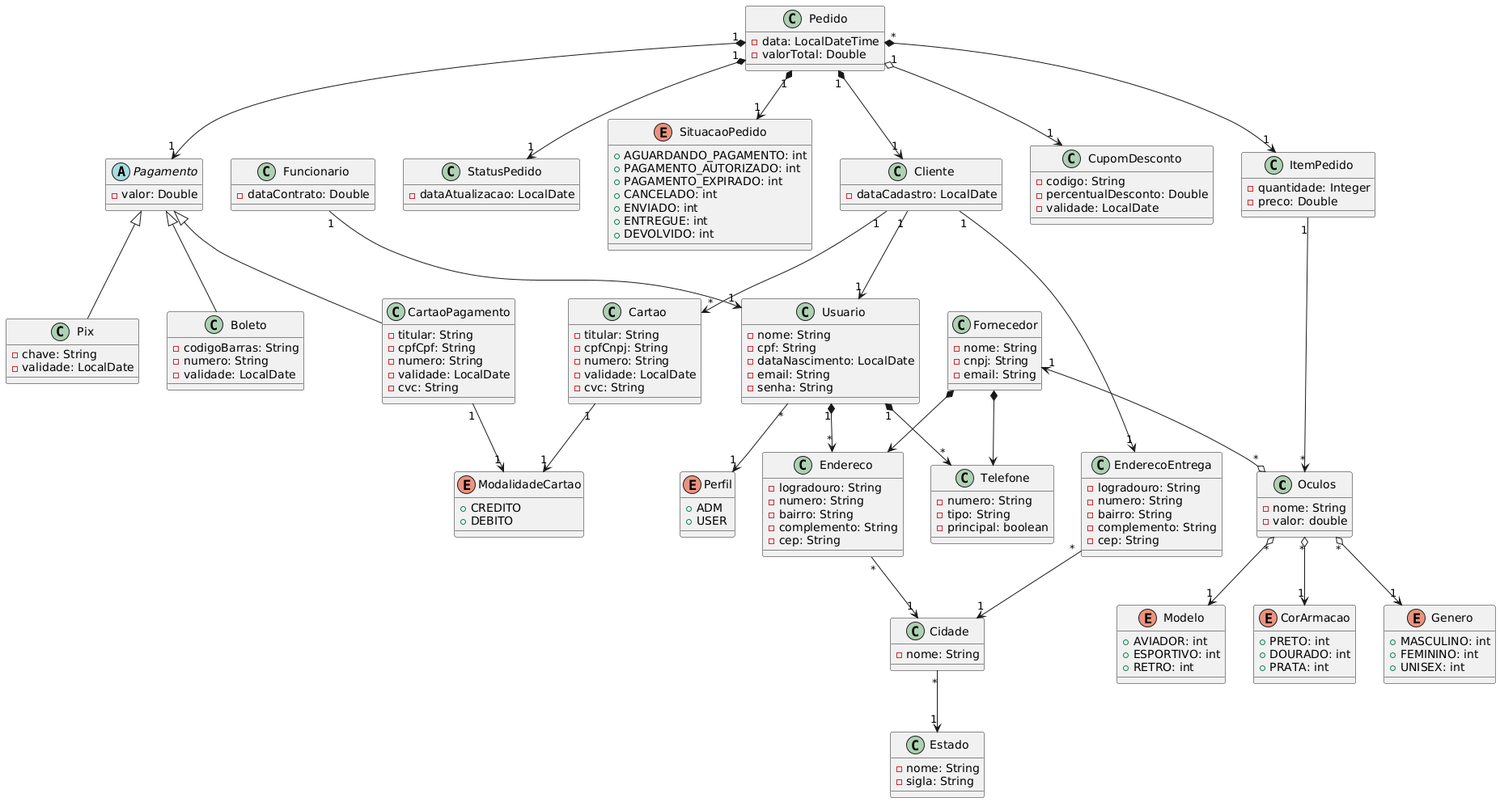
Above: docs/modelagem.png in JoasFyllipe/oculos-de-sol-tp1 (PlantUML), before the change. The source it was exported from:
```plantuml
@startuml

class Oculos {
    - nome: String
    - valor: double
}

enum CorArmacao {
    + PRETO: int
    + DOURADO: int
    + PRATA: int
}

enum Genero {
    + MASCULINO: int
    + FEMININO: int
    + UNISEX: int
}

enum Modelo {
    + AVIADOR: int
    + ESPORTIVO: int
    + RETRO: int
}

class CupomDesconto {
    - codigo: String
    - percentualDesconto: Double
    - validade: LocalDate
}

class Funcionario {
    - dataContrato: Double
}

class Cliente {
    - dataCadastro: LocalDate
}

class ItemPedido {
    - quantidade: Integer
    - preco: Double
}

class StatusPedido {
    - dataAtualizacao: LocalDate
}

class Pedido {
    - data: LocalDateTime
    - valorTotal: Double
}

abstract class Pagamento {
    - valor: Double
}

class Pix {
    - chave: String
    - validade: LocalDate
}

class Boleto {
    - codigoBarras: String
    - numero: String
    - validade: LocalDate
}

class CartaoPagamento {
    - titular: String
    - cpfCpf: String
    - numero: String
    - validade: LocalDate
    - cvc: String
}

class EnderecoEntrega {
    - logradouro: String
    - numero: String
    - bairro: String
    - complemento: String
    - cep: String
}

class Endereco {
    - logradouro: String
    - numero: String
    - bairro: String
    - complemento: String
    - cep: String
}

class Cidade {
    - nome: String
}

class Estado {
    - nome: String
    - sigla: String
}

class Usuario {
    - nome: String
    - cpf: String
    - dataNascimento: LocalDate
    - email: String
    - senha: String
}

class Telefone {
    - numero: String
    - tipo: String
    - principal: boolean
}

class Fornecedor {
    - nome: String
    - cnpj: String
    - email: String
}

class Cartao {
    - titular: String
    - cpfCnpj: String
    - numero: String
    - validade: LocalDate
    - cvc: String
}


enum SituacaoPedido {
    + AGUARDANDO_PAGAMENTO: int
    + PAGAMENTO_AUTORIZADO: int
    + PAGAMENTO_EXPIRADO: int
    + CANCELADO: int
    + ENVIADO: int
    + ENTREGUE: int
    + DEVOLVIDO: int
}

enum ModalidadeCartao {
    + CREDITO
    + DEBITO
}

enum Perfil {
    + ADM
    + USER
}


Oculos "*" o--> "1" Genero
Oculos "*" o--> "1" CorArmacao
Oculos "*" o--> "1" Modelo

Pedido "1" o--> "1" CupomDesconto
Pedido "1" *--> "1" Cliente
Pedido "*" *--> "1" ItemPedido
Pedido "1" *--> "1" StatusPedido
Pedido "1" *--> "1" Pagamento
Pedido "1" *--> "1" SituacaoPedido

Pagamento <|-- Pix
Pagamento <|-- Boleto
Pagamento <|-- CartaoPagamento

Cliente "1" --> "1" EnderecoEntrega
Cliente "1" --> "1" Usuario
Cliente "1" --> "*" Cartao

Funcionario "1" --> "1" Usuario

Usuario "1" *--> "*" Telefone
Usuario "1" *--> "*" Endereco
Usuario "*" --> "1" Perfil

EnderecoEntrega "*" --> "1" Cidade
Endereco "*" --> "1" Cidade
Cidade "*" --> "1" Estado

ItemPedido "1" --> "*" Oculos

Fornecedor "1" <--o "*" Oculos
Fornecedor *--> Endereco
Fornecedor *--> Telefone

Cartao "1" --> "1" ModalidadeCartao

CartaoPagamento "1" --> "1" ModalidadeCartao
@enduml
```
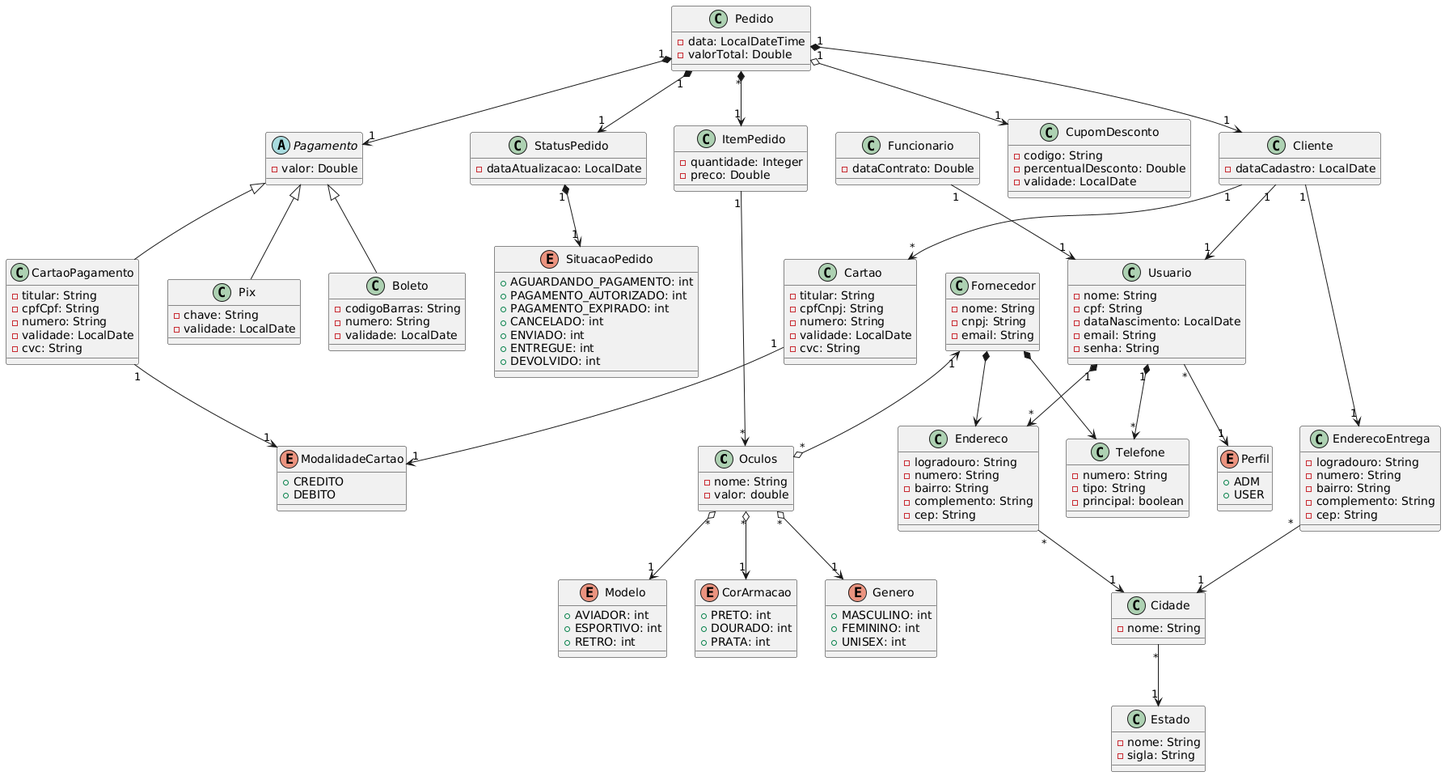
After the change.

Commit message:
UML do Projeto

The edit, as a diff of the source:
```diff
@@ -1,5 +1,4 @@
 @startuml
-
 class Oculos {
     - nome: String
     - valor: double
@@ -127,7 +126,6 @@
     - cvc: String
 }
 
-
 enum SituacaoPedido {
     + AGUARDANDO_PAGAMENTO: int
     + PAGAMENTO_AUTORIZADO: int
@@ -158,7 +156,7 @@
 Pedido "*" *--> "1" ItemPedido
 Pedido "1" *--> "1" StatusPedido
 Pedido "1" *--> "1" Pagamento
-Pedido "1" *--> "1" SituacaoPedido
+StatusPedido "1" *--> "1" SituacaoPedido
 
 Pagamento <|-- Pix
 Pagamento <|-- Boleto
```
